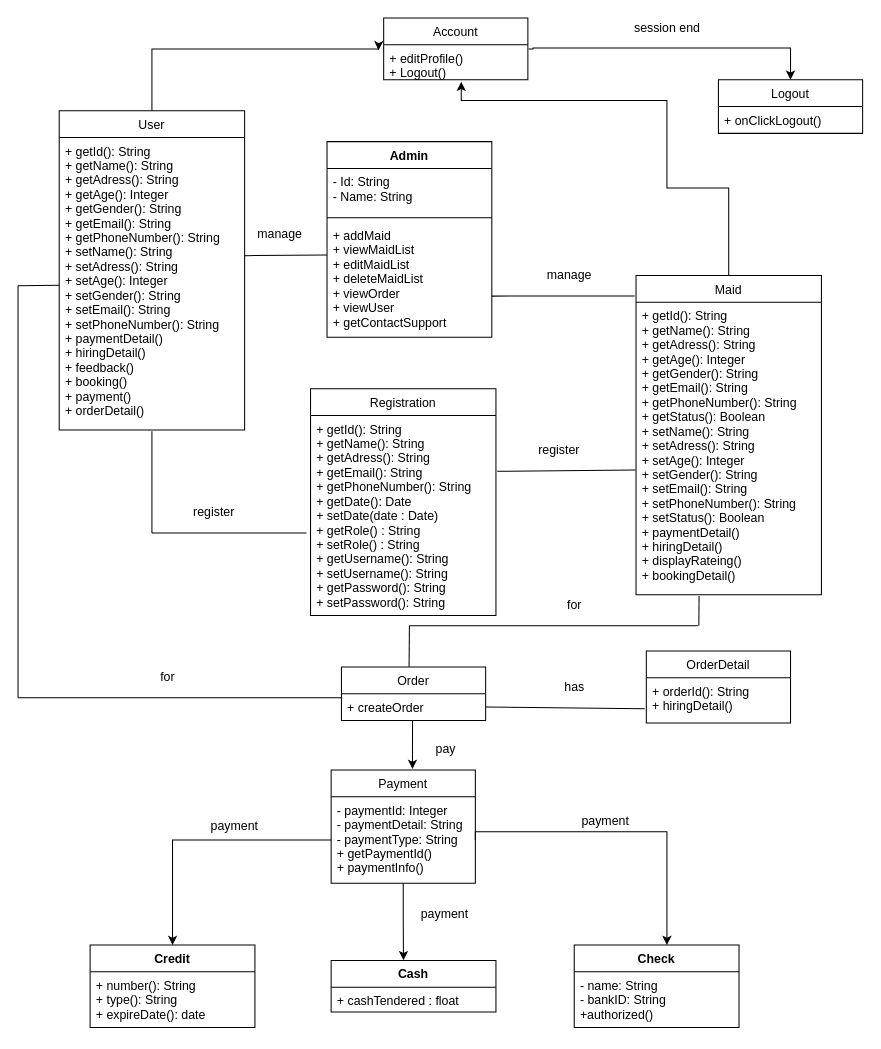
Above: class diagram.drawio in disntp/disntp (draw.io), before the change. Source tidied: cells renumbered, new cells numbered last; positions are measured from the earlier drawing's top-left corner, leaving out a move shared by most shapes. Both pictures are drawn from the tidied source at 103%, with x=0, y=0 at pixel (18, 18).
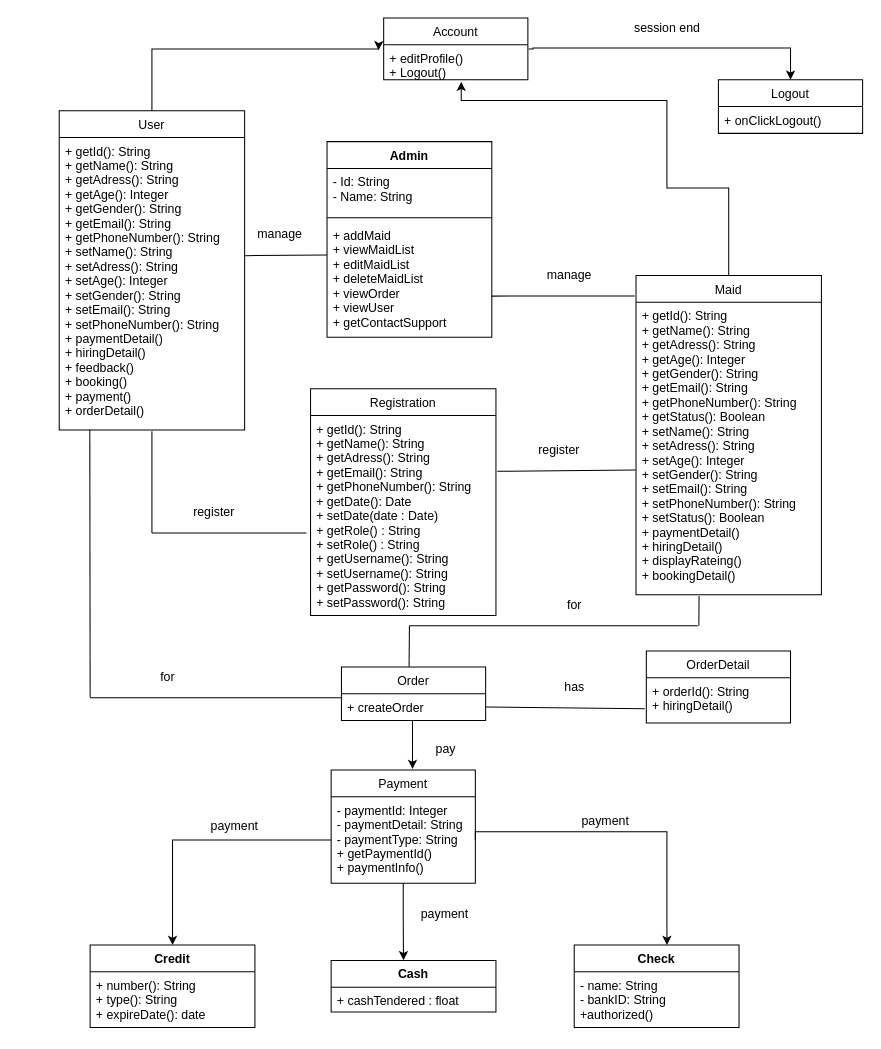
After the change.

The change refers to these unchanged cells:
```xml
<mxCell id="13" value="+ getId(): String&#10;+ getName(): String&#10;+ getAdress(): String&#10;+ getAge(): Integer&#10;+ getGender(): String&#10;+ getEmail(): String&#10;+ getPhoneNumber(): String&#10;+ setName(): String&#10;+ setAdress(): String&#10;+ setAge(): Integer&#10;+ setGender(): String&#10;+ setEmail(): String&#10;+ setPhoneNumber(): String&#10;+ paymentDetail()&#10;+ hiringDetail()&#10;+ feedback()&#10;+ booking()&#10;+ payment()&#10;+ orderDetail()" style="text;strokeColor=none;fillColor=none;align=left;verticalAlign=top;spacingLeft=4;spacingRight=4;overflow=hidden;points=[[0,0.5],[1,0.5]];portConstraint=eastwest;" parent="12" vertex="1">
  <mxGeometry y="26" width="180" height="284" as="geometry" />
</mxCell>
<mxCell id="19" value="+ createOrder" style="text;strokeColor=none;fillColor=none;align=left;verticalAlign=top;spacingLeft=4;spacingRight=4;overflow=hidden;points=[[0,0.5],[1,0.5]];portConstraint=eastwest;" parent="18" vertex="1">
  <mxGeometry y="26" width="140" height="26" as="geometry" />
</mxCell>
```

Diff of the diagram source:
```diff
@@
-    <mxCell id="39" style="endArrow=none;html=1;rounded=0;" parent="1" edge="1" source="13">
-      <mxGeometry relative="1" as="geometry">
-        <mxPoint y="260" as="targetPoint" />
-      </mxGeometry>
-    </mxCell>
-    <mxCell id="40" style="endArrow=none;html=1;rounded=0;" parent="1" edge="1">
+    <mxCell id="40" style="endArrow=none;html=1;rounded=0;entryX=0.165;entryY=0.998;entryDx=0;entryDy=0;entryPerimeter=0;" parent="1" edge="1" target="13">
       <mxGeometry relative="1" as="geometry">
-        <mxPoint y="660" as="sourcePoint" />
-        <mxPoint y="260" as="targetPoint" />
+        <mxPoint x="70" y="659.5" as="sourcePoint" />
       </mxGeometry>
     </mxCell>
     <mxCell id="41" style="endArrow=none;html=1;rounded=0;entryX=0.006;entryY=0.149;entryDx=0;entryDy=0;entryPerimeter=0;" parent="1" edge="1" target="19">
       <mxGeometry relative="1" as="geometry">
-        <mxPoint y="660" as="sourcePoint" />
+        <mxPoint x="70" y="660" as="sourcePoint" />
       </mxGeometry>
     </mxCell>
```
